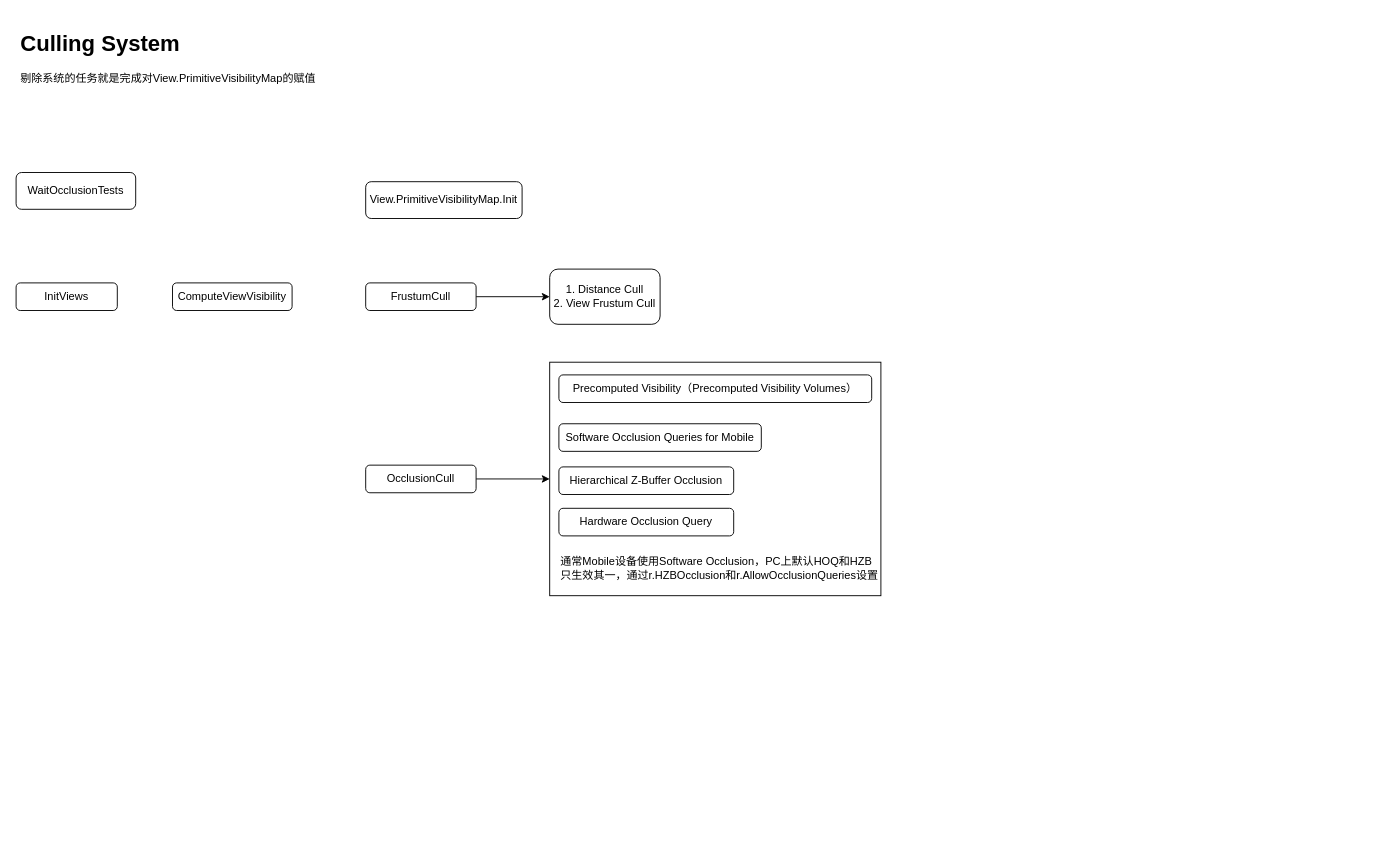
cedarz/UE4Gram keeps this draw.io diagram as CullingSystem.drawio. Above is the earlier version. Source tidied: cells renumbered, new cells numbered last; positions are measured from the earlier drawing's top-left corner, leaving out a move shared by most shapes. Both pictures are drawn from the tidied source at 92%, with x=0, y=0 at pixel (16, 25).
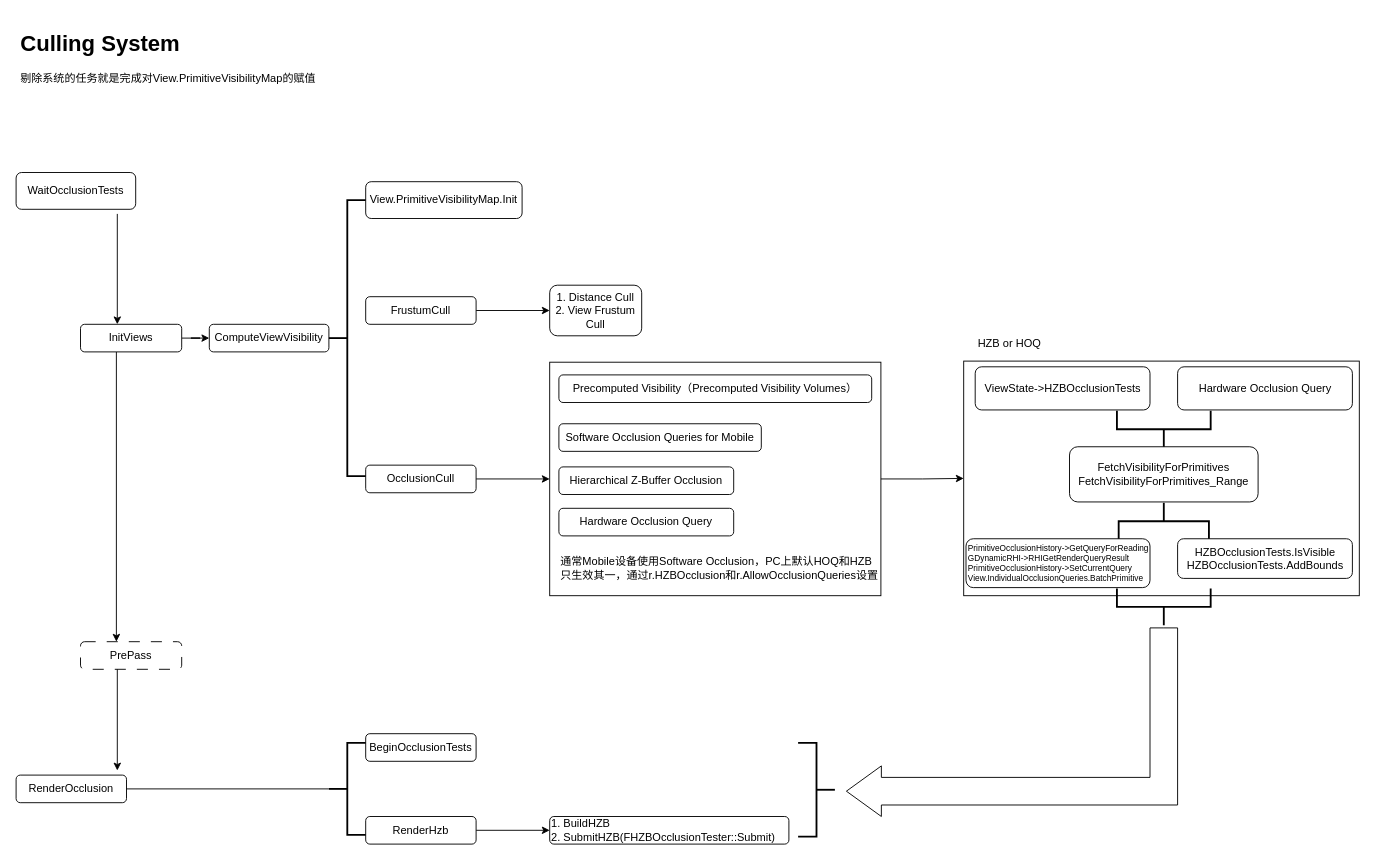
After the change.

Unchanged cells that the change refers to:
```xml
<mxCell id="11" style="rounded=0;whiteSpace=wrap;html=1;fillColor=none;" parent="1" vertex="1">
  <mxGeometry x="580" y="366.2" width="360" height="253.8" as="geometry" />
</mxCell>
```

Change to the diagram source:
```diff
@@
+    <mxCell id="18" style="edgeStyle=orthogonalEdgeStyle;rounded=0;orthogonalLoop=1;jettySize=auto;html=1;" parent="1" edge="1">
+      <mxGeometry relative="1" as="geometry">
+        <mxPoint x="110" y="205" as="sourcePoint" />
+        <mxPoint x="110" y="325" as="targetPoint" />
+      </mxGeometry>
+    </mxCell>
@@
+    <mxCell id="19" style="edgeStyle=orthogonalEdgeStyle;rounded=0;jettySize=auto;html=1;" parent="1" edge="1" source="3" target="4">
+      <mxGeometry relative="1" as="geometry" />
+    </mxCell>
+    <mxCell id="20" style="edgeStyle=orthogonalEdgeStyle;rounded=0;orthogonalLoop=1;jettySize=auto;html=1;" parent="1" edge="1">
+      <mxGeometry relative="1" as="geometry">
+        <mxPoint x="109" y="355" as="sourcePoint" />
+        <mxPoint x="109" y="670" as="targetPoint" />
+      </mxGeometry>
+    </mxCell>
     <mxCell id="3" value="InitViews" style="rounded=1;whiteSpace=wrap;html=1;" parent="1" vertex="1">
-      <mxGeometry y="280" width="110" height="30" as="geometry" />
+      <mxGeometry x="70" y="325" width="110" height="30" as="geometry" />
     </mxCell>
     <mxCell id="4" value="ComputeViewVisibility" style="rounded=1;whiteSpace=wrap;html=1;" parent="1" vertex="1">
-      <mxGeometry x="170" y="280" width="130" height="30" as="geometry" />
+      <mxGeometry x="210" y="325" width="130" height="30" as="geometry" />
     </mxCell>
@@
     <mxCell id="7" value="FrustumCull" style="rounded=1;whiteSpace=wrap;html=1;" parent="1" vertex="1">
-      <mxGeometry x="380" y="280" width="120" height="30" as="geometry" />
+      <mxGeometry x="380" y="295" width="120" height="30" as="geometry" />
     </mxCell>
@@
     <mxCell id="10" value="1. Distance Cull&lt;br&gt;2. View Frustum Cull" style="whiteSpace=wrap;html=1;rounded=1;" parent="1" vertex="1">
-      <mxGeometry x="580" y="265" width="120" height="60" as="geometry" />
+      <mxGeometry x="580" y="282.5" width="100" height="55" as="geometry" />
     </mxCell>
+    <mxCell id="21" style="edgeStyle=orthogonalEdgeStyle;rounded=0;jettySize=auto;html=1;entryX=0;entryY=0.5;entryDx=0;entryDy=0;" parent="1" edge="1" source="11" target="22">
+      <mxGeometry relative="1" as="geometry" />
+    </mxCell>
@@
+    <mxCell id="22" style="rounded=0;whiteSpace=wrap;html=1;fillColor=none;" parent="1" vertex="1">
+      <mxGeometry x="1030" y="365" width="430" height="255" as="geometry" />
+    </mxCell>
+    <mxCell id="23" value="ViewState-&amp;gt;HZBOcclusionTests" style="rounded=1;whiteSpace=wrap;html=1;" parent="1" vertex="1">
+      <mxGeometry x="1042.5" y="371.2" width="190" height="46.9" as="geometry" />
+    </mxCell>
+    <mxCell id="24" value="HZB or HOQ" style="text;html=1;strokeColor=none;fillColor=none;align=center;verticalAlign=middle;whiteSpace=wrap;rounded=0;" parent="1" vertex="1">
+      <mxGeometry x="1040" y="331.3" width="80" height="30" as="geometry" />
+    </mxCell>
+    <mxCell id="25" value="Hardware Occlusion Query" style="rounded=1;whiteSpace=wrap;html=1;" parent="1" vertex="1">
+      <mxGeometry x="1262.5" y="371.2" width="190" height="46.9" as="geometry" />
+    </mxCell>
+    <mxCell id="26" style="strokeWidth=2;html=1;shape=mxgraph.flowchart.annotation_2;align=left;labelPosition=right;rotation=-90;" parent="1" vertex="1">
+      <mxGeometry x="1227.5" y="388.1" width="40" height="101.9" as="geometry" />
+    </mxCell>
+    <mxCell id="27" value="FetchVisibilityForPrimitives&lt;br&gt;FetchVisibilityForPrimitives_Range" style="rounded=1;whiteSpace=wrap;html=1;" parent="1" vertex="1">
+      <mxGeometry x="1145" y="458.1" width="205" height="60" as="geometry" />
+    </mxCell>
+    <mxCell id="28" style="strokeWidth=2;html=1;shape=mxgraph.flowchart.annotation_2;align=left;labelPosition=right;rotation=90;" parent="1" vertex="1">
+      <mxGeometry x="1227.5" y="490" width="40" height="98.1" as="geometry" />
+    </mxCell>
+    <mxCell id="29" value="PrimitiveOcclusionHistory-&amp;gt;GetQueryForReading&lt;br style=&quot;font-size: 9px;&quot;&gt;GDynamicRHI-&amp;gt;RHIGetRenderQueryResult&lt;br&gt;PrimitiveOcclusionHistory-&amp;gt;SetCurrentQuery&lt;br&gt;View.IndividualOcclusionQueries.BatchPrimitive&lt;br&gt;" style="rounded=1;whiteSpace=wrap;html=1;align=left;fontSize=9;" parent="1" vertex="1">
+      <mxGeometry x="1032.5" y="558.1" width="200" height="53.1" as="geometry" />
+    </mxCell>
+    <mxCell id="30" value="HZBOcclusionTests.IsVisible&lt;br&gt;HZBOcclusionTests.AddBounds" style="rounded=1;whiteSpace=wrap;html=1;" parent="1" vertex="1">
+      <mxGeometry x="1262.5" y="558.1" width="190" height="43.1" as="geometry" />
+    </mxCell>
+    <mxCell id="31" style="strokeWidth=2;html=1;shape=mxgraph.flowchart.annotation_2;align=left;labelPosition=right;rotation=-90;" parent="1" vertex="1">
+      <mxGeometry x="1227.5" y="581.2" width="40" height="101.9" as="geometry" />
+    </mxCell>
+    <mxCell id="32" value="PrePass" style="rounded=1;whiteSpace=wrap;html=1;dashed=1;dashPattern=12 12;" parent="1" vertex="1">
+      <mxGeometry x="70" y="670" width="110" height="30" as="geometry" />
+    </mxCell>
+    <mxCell id="33" value="RenderOcclusion" style="rounded=1;whiteSpace=wrap;html=1;" parent="1" vertex="1">
+      <mxGeometry y="815" width="120" height="30" as="geometry" />
+    </mxCell>
+    <mxCell id="34" value="BeginOcclusionTests" style="rounded=1;whiteSpace=wrap;html=1;" parent="1" vertex="1">
+      <mxGeometry x="380" y="770" width="120" height="30" as="geometry" />
+    </mxCell>
+    <mxCell id="35" style="edgeStyle=orthogonalEdgeStyle;rounded=0;jettySize=auto;html=1;" parent="1" edge="1" source="36" target="37">
+      <mxGeometry relative="1" as="geometry" />
+    </mxCell>
+    <mxCell id="36" value="RenderHzb" style="rounded=1;whiteSpace=wrap;html=1;" parent="1" vertex="1">
+      <mxGeometry x="380" y="860" width="120" height="30" as="geometry" />
+    </mxCell>
+    <mxCell id="37" value="1.&amp;nbsp;BuildHZB&lt;br&gt;2.&amp;nbsp;SubmitHZB(FHZBOcclusionTester::Submit)" style="rounded=1;whiteSpace=wrap;html=1;align=left;" parent="1" vertex="1">
+      <mxGeometry x="580" y="860" width="260" height="30" as="geometry" />
+    </mxCell>
+    <mxCell id="38" style="strokeWidth=2;html=1;shape=mxgraph.flowchart.annotation_2;align=left;labelPosition=right;rotation=0;" parent="1" vertex="1">
+      <mxGeometry x="340" y="190" width="40" height="300" as="geometry" />
+    </mxCell>
+    <mxCell id="39" style="strokeWidth=2;html=1;shape=mxgraph.flowchart.annotation_2;align=left;labelPosition=right;rotation=0;" parent="1" vertex="1">
+      <mxGeometry x="340" y="780" width="40" height="100" as="geometry" />
+    </mxCell>
+    <mxCell id="40" style="endArrow=none;html=1;rounded=0;exitX=1;exitY=0.5;exitDx=0;exitDy=0;" parent="1" edge="1" source="33">
+      <mxGeometry relative="1" as="geometry">
+        <mxPoint x="340" y="830" as="targetPoint" />
+      </mxGeometry>
+    </mxCell>
+    <mxCell id="41" style="edgeStyle=orthogonalEdgeStyle;rounded=0;orthogonalLoop=1;jettySize=auto;html=1;" parent="1" edge="1">
+      <mxGeometry relative="1" as="geometry">
+        <mxPoint x="110" y="700" as="sourcePoint" />
+        <mxPoint x="110" y="810" as="targetPoint" />
+      </mxGeometry>
+    </mxCell>
+    <mxCell id="42" style="html=1;shadow=0;dashed=0;align=center;verticalAlign=middle;shape=mxgraph.arrows2.bendArrow;dy=15;dx=38;notch=0;arrowHead=55;rounded=0;rotation=-180;" parent="1" vertex="1">
+      <mxGeometry x="902.5" y="655" width="360" height="205" as="geometry" />
+    </mxCell>
+    <mxCell id="43" style="strokeWidth=2;html=1;shape=mxgraph.flowchart.annotation_2;align=left;labelPosition=right;rotation=-180;" parent="1" vertex="1">
+      <mxGeometry x="850" y="780" width="40" height="101.9" as="geometry" />
+    </mxCell>
```
